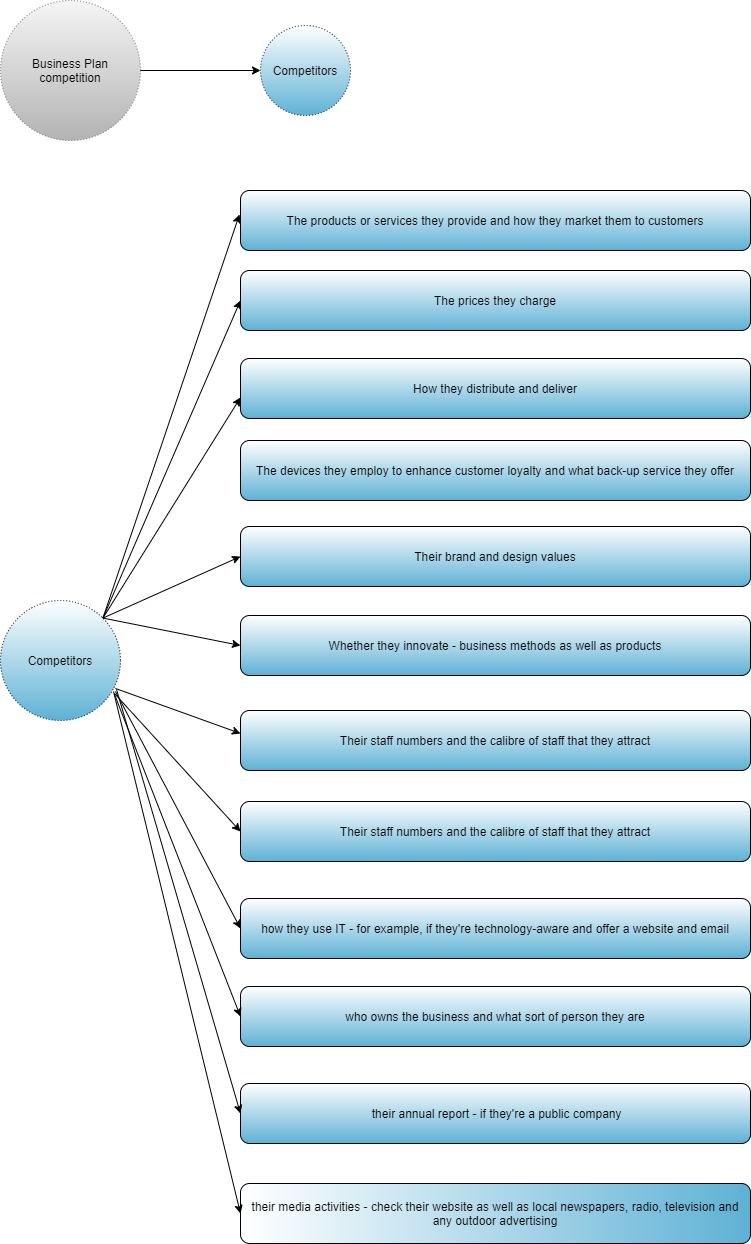
This is 03_staff/01_image/Department_Organizational_chart-Business-plan-competition.png from letrthong/business, a draw.io export, as it was before one commit. Source tidied: cells renumbered, new cells last; positions are measured from the earlier drawing's top-left corner, leaving out a move shared by most shapes.
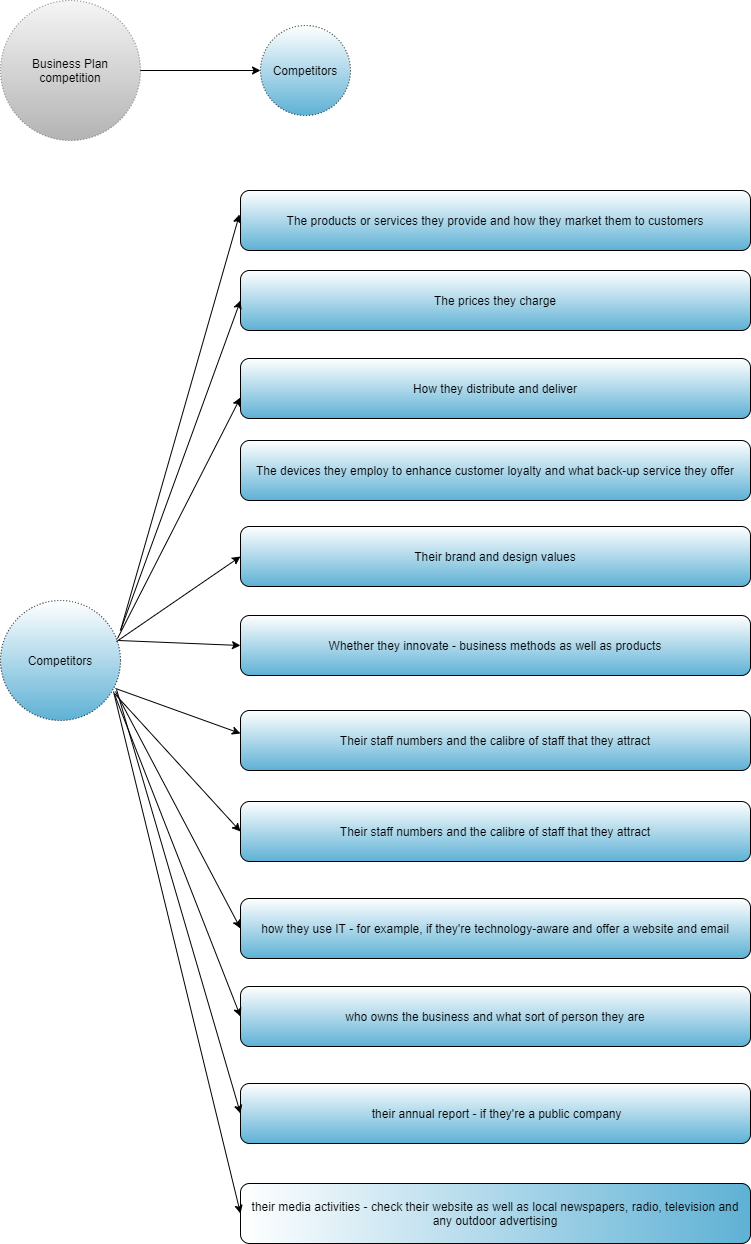
The same diagram one commit later.

Diff of the diagram source:
```diff
@@ -50,20 +50,26 @@
     <mxCell id="17" value="their media activities - check their website as well as local newspapers, radio, television and any outdoor advertising" style="rounded=1;whiteSpace=wrap;html=1;shadow=0;sketch=0;strokeColor=#000000;fillColor=#ffffff;gradientColor=#5EB1D5;gradientDirection=east;" parent="1" vertex="1">
       <mxGeometry x="240" y="1183" width="510" height="60" as="geometry" />
     </mxCell>
-    <mxCell id="18" style="endArrow=classic;html=1;entryX=-0.002;entryY=0.4;entryDx=0;entryDy=0;entryPerimeter=0;exitX=1;exitY=0;exitDx=0;exitDy=0;" parent="1" edge="1" source="3" target="4">
-      <mxGeometry relative="1" as="geometry" />
+    <mxCell id="18" style="endArrow=classic;html=1;entryX=-0.002;entryY=0.4;entryDx=0;entryDy=0;entryPerimeter=0;" parent="1" edge="1" target="4">
+      <mxGeometry relative="1" as="geometry">
+        <mxPoint x="120" y="630" as="sourcePoint" />
+      </mxGeometry>
     </mxCell>
-    <mxCell id="19" style="endArrow=classic;html=1;entryX=0;entryY=0.5;entryDx=0;entryDy=0;exitX=1;exitY=0;exitDx=0;exitDy=0;" parent="1" edge="1" source="3" target="5">
-      <mxGeometry relative="1" as="geometry" />
+    <mxCell id="19" style="endArrow=classic;html=1;entryX=0;entryY=0.5;entryDx=0;entryDy=0;" parent="1" edge="1" target="5">
+      <mxGeometry relative="1" as="geometry">
+        <mxPoint x="120" y="630" as="sourcePoint" />
+      </mxGeometry>
     </mxCell>
-    <mxCell id="20" style="endArrow=classic;html=1;entryX=0;entryY=0.65;entryDx=0;entryDy=0;entryPerimeter=0;exitX=1;exitY=0;exitDx=0;exitDy=0;" parent="1" edge="1" source="3" target="6">
+    <mxCell id="20" style="endArrow=classic;html=1;entryX=0;entryY=0.65;entryDx=0;entryDy=0;entryPerimeter=0;exitX=0.975;exitY=0.317;exitDx=0;exitDy=0;exitPerimeter=0;" parent="1" edge="1" source="3" target="6">
       <mxGeometry relative="1" as="geometry" />
     </mxCell>
-    <mxCell id="21" style="endArrow=classic;html=1;entryX=0;entryY=0.5;entryDx=0;entryDy=0;exitX=1;exitY=0;exitDx=0;exitDy=0;" parent="1" edge="1" source="3" target="10">
+    <mxCell id="21" style="endArrow=classic;html=1;entryX=0;entryY=0.5;entryDx=0;entryDy=0;exitX=0.967;exitY=0.342;exitDx=0;exitDy=0;exitPerimeter=0;" parent="1" edge="1" source="3" target="10">
       <mxGeometry relative="1" as="geometry" />
     </mxCell>
-    <mxCell id="22" style="endArrow=classic;html=1;entryX=0;entryY=0.5;entryDx=0;entryDy=0;exitX=1;exitY=0;exitDx=0;exitDy=0;" parent="1" edge="1" source="3" target="11">
-      <mxGeometry relative="1" as="geometry" />
+    <mxCell id="22" style="endArrow=classic;html=1;entryX=0;entryY=0.5;entryDx=0;entryDy=0;" parent="1" edge="1" target="11">
+      <mxGeometry relative="1" as="geometry">
+        <mxPoint x="118" y="640" as="sourcePoint" />
+      </mxGeometry>
     </mxCell>
     <mxCell id="23" style="endArrow=classic;html=1;entryX=0;entryY=0.383;entryDx=0;entryDy=0;entryPerimeter=0;exitX=0.958;exitY=0.733;exitDx=0;exitDy=0;exitPerimeter=0;" parent="1" edge="1" source="3" target="12">
       <mxGeometry relative="1" as="geometry" />
```
